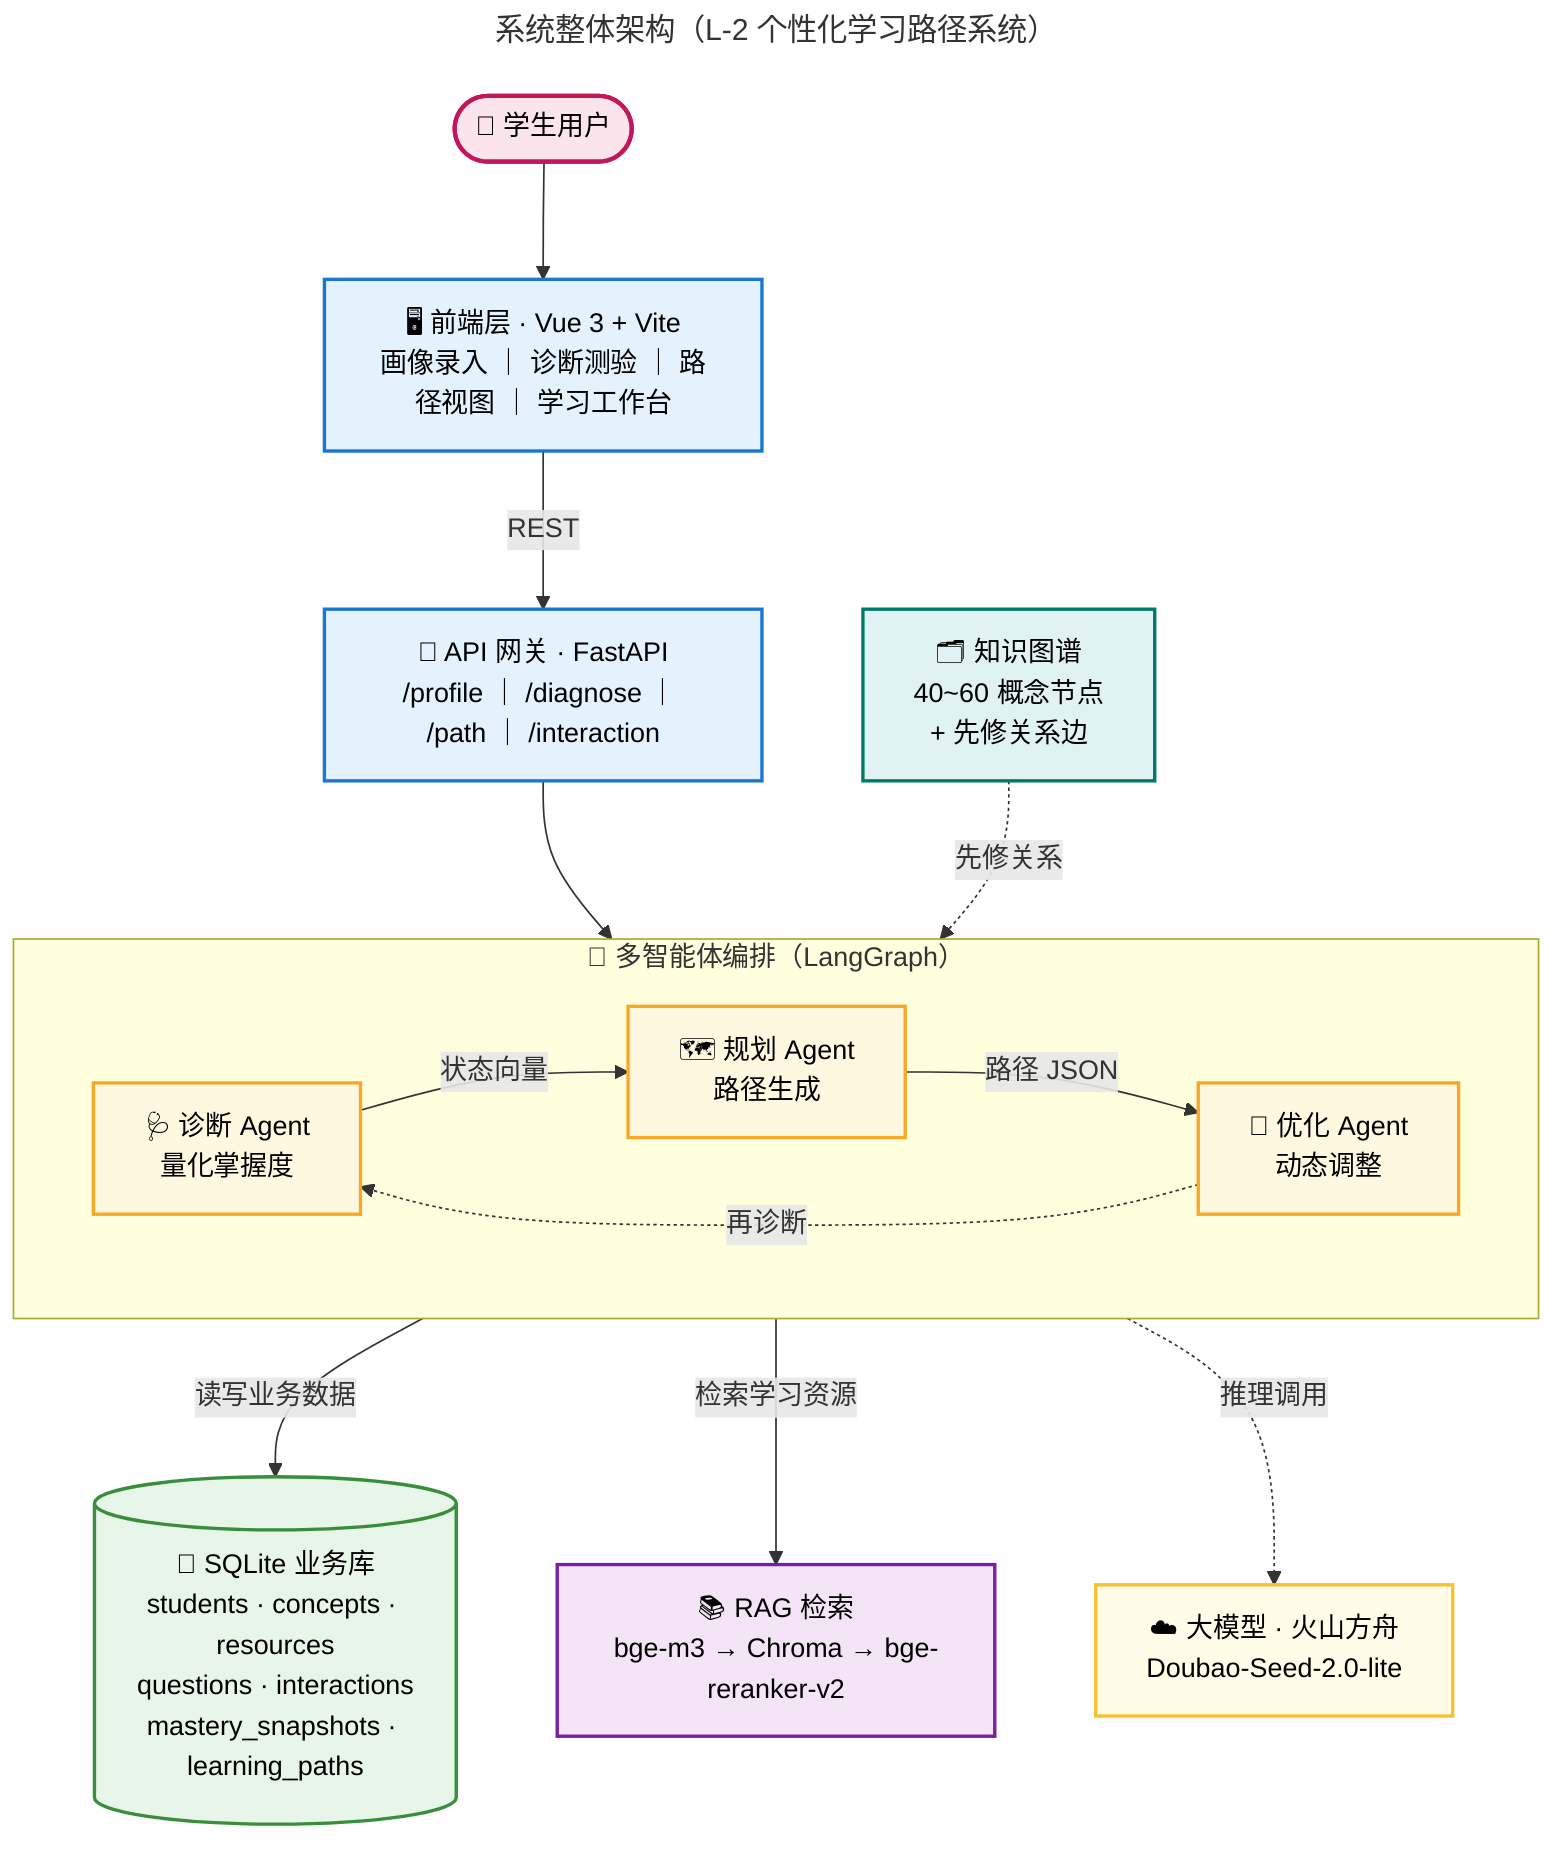
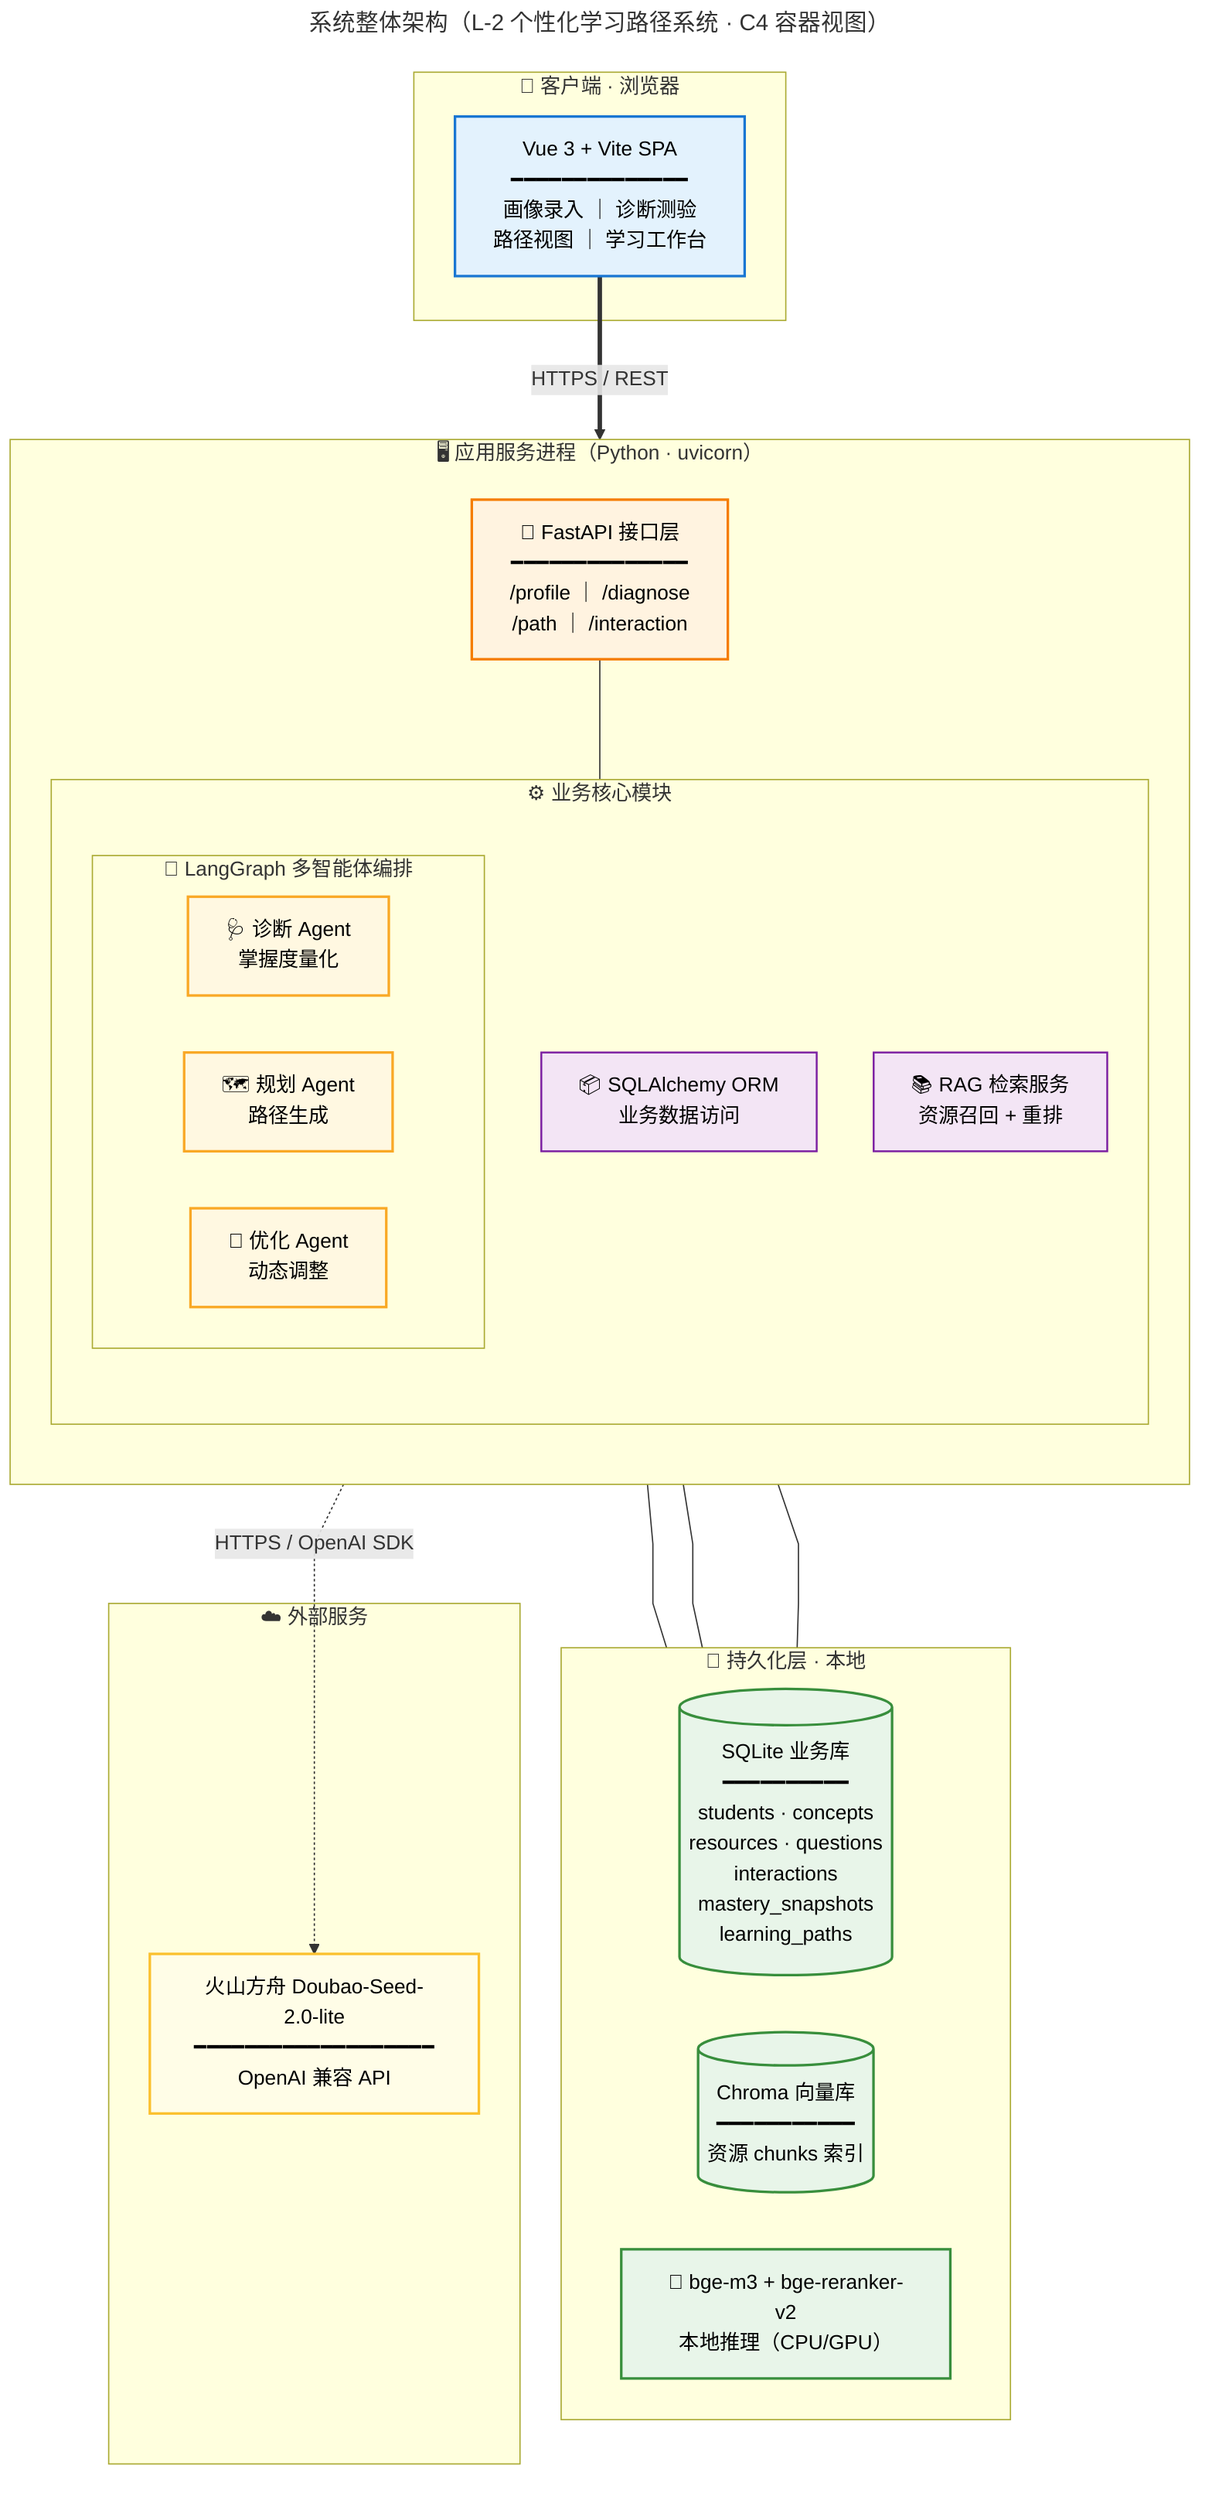
---
- title: 系统整体架构（L-2 个性化学习路径系统）
+ title: 系统整体架构（L-2 个性化学习路径系统 · C4 容器视图）
---
- %%{init: {'flowchart': {'curve': 'basis', 'nodeSpacing': 60, 'rankSpacing': 70}}}%%
- flowchart TD
+ %%{init: {'flowchart': {'curve': 'linear', 'nodeSpacing': 45, 'rankSpacing': 70}}}%%
+ flowchart TB

-     User(["👤 学生用户"])
-     User --> FE
-     FE["🖥️ 前端层 · Vue 3 + Vite<br/>画像录入 ｜ 诊断测验 ｜ 路径视图 ｜ 学习工作台"]
-     FE -->|REST| API
-     API["🔌 API 网关 · FastAPI<br/>/profile ｜ /diagnose ｜ /path ｜ /interaction"]
-     API --> AGENT
- 
-     subgraph AGENT["🤖 多智能体编排（LangGraph）"]
-         direction LR
-         A1["🩺 诊断 Agent<br/>量化掌握度"]
-         A2["🗺️ 规划 Agent<br/>路径生成"]
-         A3["🔧 优化 Agent<br/>动态调整"]
-         A1 -->|状态向量| A2
-         A2 -->|路径 JSON| A3
-         A3 -.->|再诊断| A1
+     subgraph CLIENT["📱 客户端 · 浏览器"]
+         Vue["Vue 3 + Vite SPA<br/>━━━━━━━━━━━━━━<br/>画像录入 ｜ 诊断测验<br/>路径视图 ｜ 学习工作台"]
    end

-     AGENT -->|读写业务数据| DB
-     AGENT -->|检索学习资源| RAG
-     AGENT -.->|推理调用| LLM
-     KB -.->|先修关系| AGENT
+     subgraph APP["🖥️ 应用服务进程（Python · uvicorn）"]
+         direction TB

-     DB[("💾 SQLite 业务库<br/>students · concepts · resources<br/>questions · interactions<br/>mastery_snapshots · learning_paths")]
+         API["🔌 FastAPI 接口层<br/>━━━━━━━━━━━━━━<br/>/profile ｜ /diagnose<br/>/path ｜ /interaction"]

-     RAG["📚 RAG 检索<br/>bge-m3 → Chroma → bge-reranker-v2"]
+         subgraph CORE["⚙️ 业务核心模块"]
+             direction TB

-     LLM["☁️ 大模型 · 火山方舟<br/>Doubao-Seed-2.0-lite"]
+             subgraph AGENTS["🤖 LangGraph 多智能体编排"]
+                 direction LR
+                 A1["🩺 诊断 Agent<br/>掌握度量化"]
+                 A2["🗺️ 规划 Agent<br/>路径生成"]
+                 A3["🔧 优化 Agent<br/>动态调整"]
+             end

-     KB["🗂️ 知识图谱<br/>40~60 概念节点<br/>+ 先修关系边"]
+             ORM["📦 SQLAlchemy ORM<br/>业务数据访问"]
+             RAGSV["📚 RAG 检索服务<br/>资源召回 + 重排"]
+         end

-     classDef user fill:#fce4ec,stroke:#c2185b,stroke-width:2.5px,color:#000;
-     classDef layer fill:#e3f2fd,stroke:#1976d2,stroke-width:2px,color:#000;
+         API --- CORE
+     end
+ 
+     subgraph DATA["💾 持久化层 · 本地"]
+         direction LR
+         DB[("SQLite 业务库<br/>━━━━━━━━━━<br/>students · concepts<br/>resources · questions<br/>interactions<br/>mastery_snapshots<br/>learning_paths")]
+         VEC[("Chroma 向量库<br/>━━━━━━━━━━━<br/>资源 chunks 索引")]
+         EMB["🧠 bge-m3 + bge-reranker-v2<br/>本地推理（CPU/GPU）"]
+     end
+ 
+     subgraph EXT["☁️ 外部服务"]
+         LLM["火山方舟 Doubao-Seed-2.0-lite<br/>━━━━━━━━━━━━━━━━━━━<br/>OpenAI 兼容 API"]
+     end
+ 
+     Vue ==>|HTTPS / REST| API
+     ORM --- DB
+     RAGSV --- VEC
+     RAGSV --- EMB
+     AGENTS -.->|HTTPS / OpenAI SDK| LLM
+ 
+     classDef client fill:#e3f2fd,stroke:#1976d2,stroke-width:2px,color:#000;
+     classDef api fill:#fff3e0,stroke:#f57c00,stroke-width:2px,color:#000;
    classDef agent fill:#fff8e1,stroke:#f9a825,stroke-width:2px,color:#000;
-     classDef db fill:#e8f5e9,stroke:#388e3c,stroke-width:2px,color:#000;
-     classDef rag fill:#f3e5f5,stroke:#7b1fa2,stroke-width:2px,color:#000;
-     classDef llm fill:#fffde7,stroke:#fbc02d,stroke-width:2px,color:#000;
-     classDef kb fill:#e0f2f1,stroke:#00796b,stroke-width:2px,color:#000;
+     classDef svc fill:#f3e5f5,stroke:#7b1fa2,stroke-width:1.5px,color:#000;
+     classDef data fill:#e8f5e9,stroke:#388e3c,stroke-width:2px,color:#000;
+     classDef ext fill:#fffde7,stroke:#fbc02d,stroke-width:2px,color:#000;

-     class User user;
-     class FE,API layer;
+     class Vue client;
+     class API api;
    class A1,A2,A3 agent;
-     class DB db;
-     class RAG rag;
-     class LLM llm;
-     class KB kb;
+     class ORM,RAGSV svc;
+     class DB,VEC,EMB data;
+     class LLM ext;
